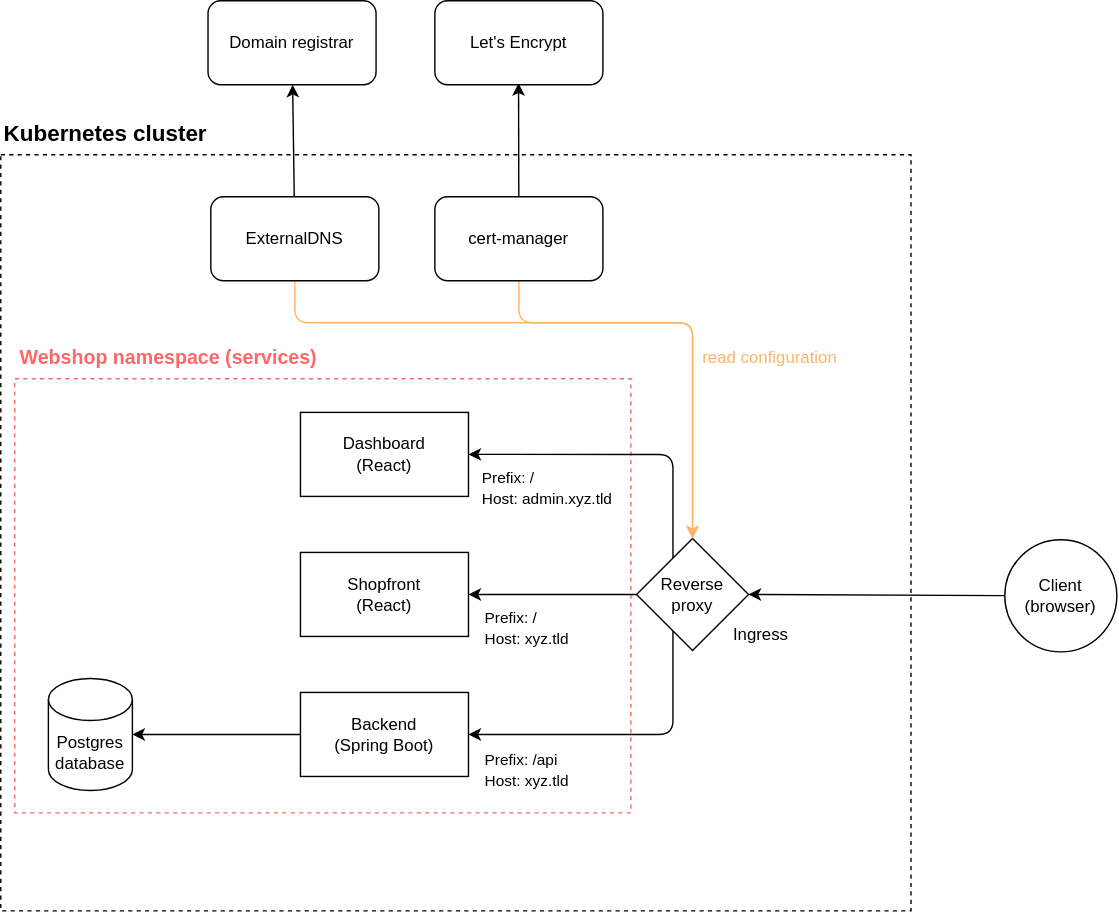
Before: docs/diagrams/architecture.drawio.svg, a diagram exported from draw.io (thedatasnok/webshop). Source tidied: cells renumbered, new cells last; positions are measured from the earlier drawing's top-left corner, leaving out a move shared by most shapes. Source of this version:
```xml
<mxGraphModel>
  <root>
    <mxCell id="0" />
    <mxCell id="1" parent="0" />
    <mxCell id="2" style="rounded=0;whiteSpace=wrap;html=1;fillColor=none;dashed=1;" parent="1" vertex="1">
      <mxGeometry y="110" width="650" height="540" as="geometry" />
    </mxCell>
    <mxCell id="3" style="rounded=0;whiteSpace=wrap;html=1;fillColor=none;dashed=1;strokeColor=#FF6666;" parent="1" vertex="1">
      <mxGeometry x="10" y="270" width="440" height="310" as="geometry" />
    </mxCell>
    <mxCell id="4" style="edgeStyle=none;html=1;entryX=1;entryY=0.5;entryDx=0;entryDy=0;entryPerimeter=0;" parent="1" edge="1" source="5" target="14">
      <mxGeometry relative="1" as="geometry" />
    </mxCell>
    <mxCell id="5" value="Backend&lt;br&gt;(Spring Boot)" style="rounded=0;whiteSpace=wrap;html=1;" parent="1" vertex="1">
      <mxGeometry x="214" y="494" width="120" height="60" as="geometry" />
    </mxCell>
    <mxCell id="6" style="edgeStyle=none;html=1;entryX=1;entryY=0.5;entryDx=0;entryDy=0;" parent="1" edge="1" source="7" target="11">
      <mxGeometry relative="1" as="geometry" />
    </mxCell>
    <mxCell id="7" value="Client&lt;br&gt;(browser)" style="ellipse;whiteSpace=wrap;html=1;" parent="1" vertex="1">
      <mxGeometry x="717" y="385" width="80" height="80" as="geometry" />
    </mxCell>
    <mxCell id="8" style="edgeStyle=orthogonalEdgeStyle;html=1;entryX=1;entryY=0.5;entryDx=0;entryDy=0;" parent="1" edge="1" source="11" target="5">
      <mxGeometry relative="1" as="geometry">
        <Array as="points">
          <mxPoint x="480" y="524" />
        </Array>
      </mxGeometry>
    </mxCell>
    <mxCell id="9" style="edgeStyle=none;html=1;entryX=1;entryY=0.5;entryDx=0;entryDy=0;" parent="1" edge="1" source="11" target="13">
      <mxGeometry relative="1" as="geometry" />
    </mxCell>
    <mxCell id="10" style="edgeStyle=orthogonalEdgeStyle;html=1;entryX=1;entryY=0.5;entryDx=0;entryDy=0;" parent="1" edge="1" source="11" target="12">
      <mxGeometry relative="1" as="geometry">
        <Array as="points">
          <mxPoint x="480" y="324" />
        </Array>
      </mxGeometry>
    </mxCell>
    <mxCell id="11" value="Reverse&lt;br&gt;proxy" style="rhombus;whiteSpace=wrap;html=1;" parent="1" vertex="1">
      <mxGeometry x="454" y="384" width="80" height="80" as="geometry" />
    </mxCell>
    <mxCell id="12" value="Dashboard&lt;br&gt;(React)" style="rounded=0;whiteSpace=wrap;html=1;" parent="1" vertex="1">
      <mxGeometry x="214" y="294" width="120" height="60" as="geometry" />
    </mxCell>
    <mxCell id="13" value="Shopfront&lt;br&gt;(React)" style="rounded=0;whiteSpace=wrap;html=1;" parent="1" vertex="1">
      <mxGeometry x="214" y="394" width="120" height="60" as="geometry" />
    </mxCell>
    <mxCell id="14" value="Postgres&lt;br&gt;database" style="shape=cylinder3;whiteSpace=wrap;html=1;boundedLbl=1;backgroundOutline=1;size=15;" parent="1" vertex="1">
      <mxGeometry x="34" y="484" width="60" height="80" as="geometry" />
    </mxCell>
    <mxCell id="15" value="&lt;font style=&quot;font-size: 11px;&quot;&gt;Prefix: /api&lt;br&gt;Host: xyz.tld&lt;/font&gt;" style="text;html=1;strokeColor=none;fillColor=none;align=left;verticalAlign=middle;whiteSpace=wrap;rounded=0;" parent="1" vertex="1">
      <mxGeometry x="344" y="534" width="70" height="30" as="geometry" />
    </mxCell>
    <mxCell id="16" value="&lt;font style=&quot;font-size: 11px;&quot;&gt;Prefix: /&lt;br&gt;Host: xyz.tld&lt;/font&gt;" style="text;html=1;strokeColor=none;fillColor=none;align=left;verticalAlign=middle;whiteSpace=wrap;rounded=0;" parent="1" vertex="1">
      <mxGeometry x="344" y="433" width="70" height="30" as="geometry" />
    </mxCell>
    <mxCell id="17" value="&lt;font style=&quot;font-size: 11px;&quot;&gt;Prefix: /&lt;br&gt;Host: admin.xyz.tld&lt;/font&gt;" style="text;html=1;strokeColor=none;fillColor=none;align=left;verticalAlign=middle;whiteSpace=wrap;rounded=0;" parent="1" vertex="1">
      <mxGeometry x="342" y="333" width="108" height="30" as="geometry" />
    </mxCell>
    <mxCell id="18" value="Ingress" style="text;html=1;strokeColor=none;fillColor=none;align=center;verticalAlign=middle;whiteSpace=wrap;rounded=0;" parent="1" vertex="1">
      <mxGeometry x="520" y="443" width="45.5" height="20" as="geometry" />
    </mxCell>
    <mxCell id="19" style="edgeStyle=orthogonalEdgeStyle;html=1;entryX=0.5;entryY=0;entryDx=0;entryDy=0;exitX=0.5;exitY=1;exitDx=0;exitDy=0;strokeColor=#FFB366;" parent="1" edge="1" source="21" target="11">
      <mxGeometry relative="1" as="geometry">
        <Array as="points">
          <mxPoint x="210" y="230" />
          <mxPoint x="494" y="230" />
        </Array>
      </mxGeometry>
    </mxCell>
    <mxCell id="20" style="edgeStyle=none;html=1;" parent="1" edge="1" source="21" target="25">
      <mxGeometry relative="1" as="geometry" />
    </mxCell>
    <mxCell id="21" value="ExternalDNS" style="rounded=1;whiteSpace=wrap;html=1;" parent="1" vertex="1">
      <mxGeometry x="150" y="140" width="120" height="60" as="geometry" />
    </mxCell>
    <mxCell id="22" style="edgeStyle=orthogonalEdgeStyle;html=1;entryX=0.5;entryY=0;entryDx=0;entryDy=0;exitX=0.5;exitY=1;exitDx=0;exitDy=0;strokeColor=#FFB366;" parent="1" edge="1" source="24" target="11">
      <mxGeometry relative="1" as="geometry">
        <Array as="points">
          <mxPoint x="370" y="230" />
          <mxPoint x="494" y="230" />
        </Array>
      </mxGeometry>
    </mxCell>
    <mxCell id="23" style="edgeStyle=none;html=1;entryX=0.498;entryY=0.981;entryDx=0;entryDy=0;entryPerimeter=0;" parent="1" edge="1" source="24" target="26">
      <mxGeometry relative="1" as="geometry" />
    </mxCell>
    <mxCell id="24" value="cert-manager" style="rounded=1;whiteSpace=wrap;html=1;" parent="1" vertex="1">
      <mxGeometry x="310" y="140" width="120" height="60" as="geometry" />
    </mxCell>
    <mxCell id="25" value="Domain registrar" style="rounded=1;whiteSpace=wrap;html=1;" parent="1" vertex="1">
      <mxGeometry x="148" width="120" height="60" as="geometry" />
    </mxCell>
    <mxCell id="26" value="Let's Encrypt" style="rounded=1;whiteSpace=wrap;html=1;" parent="1" vertex="1">
      <mxGeometry x="310" width="120" height="60" as="geometry" />
    </mxCell>
    <mxCell id="27" value="&lt;font color=&quot;#ffb366&quot;&gt;read configuration&lt;/font&gt;" style="text;html=1;strokeColor=none;fillColor=none;align=center;verticalAlign=middle;whiteSpace=wrap;rounded=0;" parent="1" vertex="1">
      <mxGeometry x="500" y="240" width="99" height="30" as="geometry" />
    </mxCell>
    <mxCell id="28" value="&lt;b&gt;&lt;font style=&quot;font-size: 16px;&quot;&gt;Kubernetes cluster&lt;/font&gt;&lt;/b&gt;" style="text;html=1;strokeColor=none;fillColor=none;align=center;verticalAlign=middle;whiteSpace=wrap;rounded=0;dashed=1;" parent="1" vertex="1">
      <mxGeometry y="80" width="150" height="30" as="geometry" />
    </mxCell>
    <mxCell id="29" value="&lt;b&gt;&lt;font color=&quot;#ff6666&quot; style=&quot;font-size: 14px;&quot;&gt;Webshop namespace (services)&lt;/font&gt;&lt;/b&gt;" style="text;html=1;strokeColor=none;fillColor=none;align=center;verticalAlign=middle;whiteSpace=wrap;rounded=0;dashed=1;" parent="1" vertex="1">
      <mxGeometry x="10" y="240" width="220" height="30" as="geometry" />
    </mxCell>
  </root>
</mxGraphModel>
```
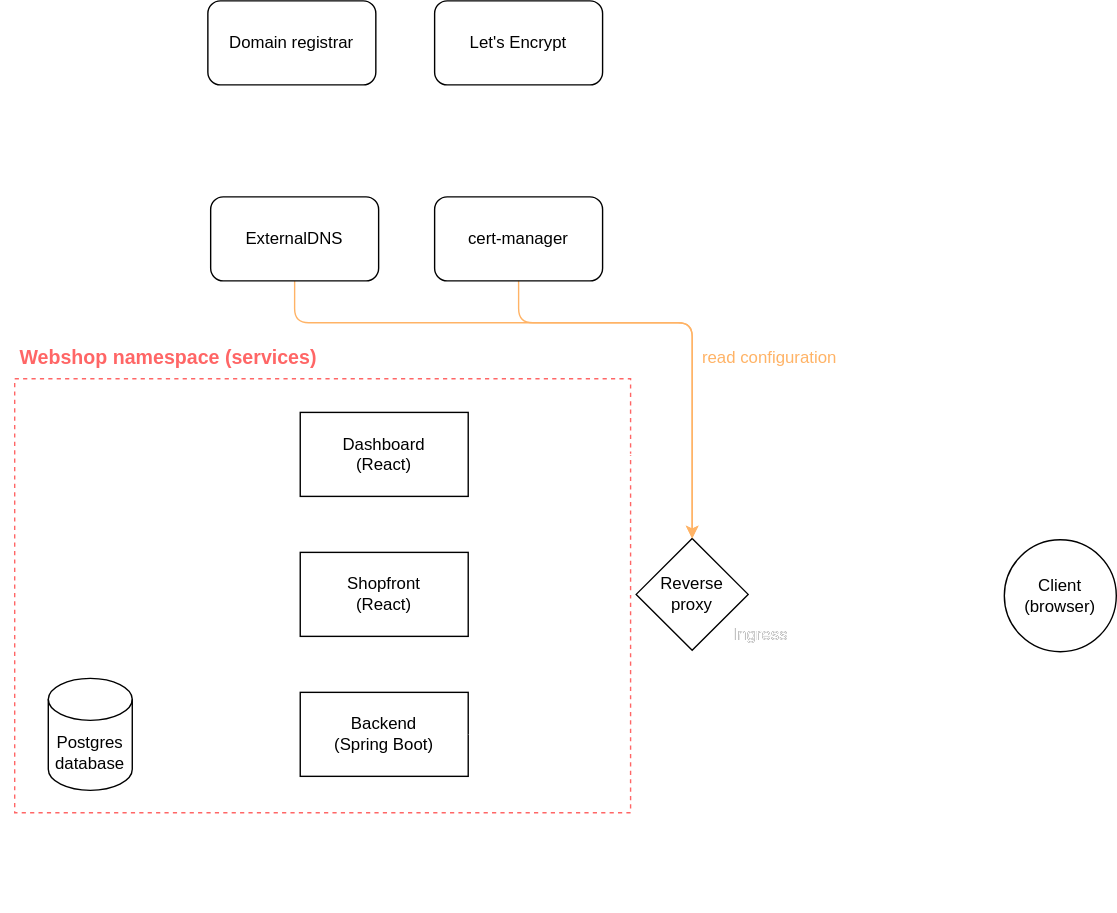
The same file after the commit.

Commit message:
docs: #11 set white color for lines and text

to make everything more visible in the README

What changed in the source:
```diff
@@ -2,35 +2,35 @@
   <root>
     <mxCell id="0" />
     <mxCell id="1" parent="0" />
-    <mxCell id="2" style="rounded=0;whiteSpace=wrap;html=1;fillColor=none;dashed=1;" parent="1" vertex="1">
+    <mxCell id="2" style="rounded=0;whiteSpace=wrap;html=1;fillColor=none;dashed=1;fontColor=#FFFFFF;strokeColor=#FFFFFF;" parent="1" vertex="1">
       <mxGeometry y="110" width="650" height="540" as="geometry" />
     </mxCell>
     <mxCell id="3" style="rounded=0;whiteSpace=wrap;html=1;fillColor=none;dashed=1;strokeColor=#FF6666;" parent="1" vertex="1">
       <mxGeometry x="10" y="270" width="440" height="310" as="geometry" />
     </mxCell>
-    <mxCell id="4" style="edgeStyle=none;html=1;entryX=1;entryY=0.5;entryDx=0;entryDy=0;entryPerimeter=0;" parent="1" edge="1" source="5" target="14">
+    <mxCell id="4" style="edgeStyle=none;html=1;entryX=1;entryY=0.5;entryDx=0;entryDy=0;entryPerimeter=0;fontColor=#FFFFFF;strokeColor=#FFFFFF;" parent="1" edge="1" source="5" target="14">
       <mxGeometry relative="1" as="geometry" />
     </mxCell>
     <mxCell id="5" value="Backend&lt;br&gt;(Spring Boot)" style="rounded=0;whiteSpace=wrap;html=1;" parent="1" vertex="1">
       <mxGeometry x="214" y="494" width="120" height="60" as="geometry" />
     </mxCell>
-    <mxCell id="6" style="edgeStyle=none;html=1;entryX=1;entryY=0.5;entryDx=0;entryDy=0;" parent="1" edge="1" source="7" target="11">
+    <mxCell id="6" style="edgeStyle=none;html=1;entryX=1;entryY=0.5;entryDx=0;entryDy=0;fontColor=#FFFFFF;strokeColor=#FFFFFF;" parent="1" edge="1" source="7" target="11">
       <mxGeometry relative="1" as="geometry" />
     </mxCell>
     <mxCell id="7" value="Client&lt;br&gt;(browser)" style="ellipse;whiteSpace=wrap;html=1;" parent="1" vertex="1">
       <mxGeometry x="717" y="385" width="80" height="80" as="geometry" />
     </mxCell>
-    <mxCell id="8" style="edgeStyle=orthogonalEdgeStyle;html=1;entryX=1;entryY=0.5;entryDx=0;entryDy=0;" parent="1" edge="1" source="11" target="5">
+    <mxCell id="8" style="edgeStyle=orthogonalEdgeStyle;html=1;entryX=1;entryY=0.5;entryDx=0;entryDy=0;fontColor=#FFFFFF;strokeColor=#FFFFFF;" parent="1" edge="1" source="11" target="5">
       <mxGeometry relative="1" as="geometry">
         <Array as="points">
           <mxPoint x="480" y="524" />
         </Array>
       </mxGeometry>
     </mxCell>
-    <mxCell id="9" style="edgeStyle=none;html=1;entryX=1;entryY=0.5;entryDx=0;entryDy=0;" parent="1" edge="1" source="11" target="13">
+    <mxCell id="9" style="edgeStyle=none;html=1;entryX=1;entryY=0.5;entryDx=0;entryDy=0;fontColor=#FFFFFF;strokeColor=#FFFFFF;" parent="1" edge="1" source="11" target="13">
       <mxGeometry relative="1" as="geometry" />
     </mxCell>
-    <mxCell id="10" style="edgeStyle=orthogonalEdgeStyle;html=1;entryX=1;entryY=0.5;entryDx=0;entryDy=0;" parent="1" edge="1" source="11" target="12">
+    <mxCell id="10" style="edgeStyle=orthogonalEdgeStyle;html=1;entryX=1;entryY=0.5;entryDx=0;entryDy=0;fontColor=#FFFFFF;strokeColor=#FFFFFF;" parent="1" edge="1" source="11" target="12">
       <mxGeometry relative="1" as="geometry">
         <Array as="points">
           <mxPoint x="480" y="324" />
@@ -49,13 +49,13 @@
     <mxCell id="14" value="Postgres&lt;br&gt;database" style="shape=cylinder3;whiteSpace=wrap;html=1;boundedLbl=1;backgroundOutline=1;size=15;" parent="1" vertex="1">
       <mxGeometry x="34" y="484" width="60" height="80" as="geometry" />
     </mxCell>
-    <mxCell id="15" value="&lt;font style=&quot;font-size: 11px;&quot;&gt;Prefix: /api&lt;br&gt;Host: xyz.tld&lt;/font&gt;" style="text;html=1;strokeColor=none;fillColor=none;align=left;verticalAlign=middle;whiteSpace=wrap;rounded=0;" parent="1" vertex="1">
+    <mxCell id="15" value="&lt;font style=&quot;font-size: 11px;&quot;&gt;Prefix: /api&lt;br&gt;Host: xyz.tld&lt;/font&gt;" style="text;html=1;strokeColor=none;fillColor=none;align=left;verticalAlign=middle;whiteSpace=wrap;rounded=0;fontColor=#FFFFFF;" parent="1" vertex="1">
       <mxGeometry x="344" y="534" width="70" height="30" as="geometry" />
     </mxCell>
-    <mxCell id="16" value="&lt;font style=&quot;font-size: 11px;&quot;&gt;Prefix: /&lt;br&gt;Host: xyz.tld&lt;/font&gt;" style="text;html=1;strokeColor=none;fillColor=none;align=left;verticalAlign=middle;whiteSpace=wrap;rounded=0;" parent="1" vertex="1">
+    <mxCell id="16" value="&lt;font style=&quot;font-size: 11px;&quot;&gt;Prefix: /&lt;br&gt;Host: xyz.tld&lt;/font&gt;" style="text;html=1;strokeColor=none;fillColor=none;align=left;verticalAlign=middle;whiteSpace=wrap;rounded=0;fontColor=#FFFFFF;" parent="1" vertex="1">
       <mxGeometry x="344" y="433" width="70" height="30" as="geometry" />
     </mxCell>
-    <mxCell id="17" value="&lt;font style=&quot;font-size: 11px;&quot;&gt;Prefix: /&lt;br&gt;Host: admin.xyz.tld&lt;/font&gt;" style="text;html=1;strokeColor=none;fillColor=none;align=left;verticalAlign=middle;whiteSpace=wrap;rounded=0;" parent="1" vertex="1">
+    <mxCell id="17" value="&lt;font style=&quot;font-size: 11px;&quot;&gt;Prefix: /&lt;br&gt;Host: admin.xyz.tld&lt;/font&gt;" style="text;html=1;strokeColor=none;fillColor=none;align=left;verticalAlign=middle;whiteSpace=wrap;rounded=0;fontColor=#FFFFFF;" parent="1" vertex="1">
       <mxGeometry x="342" y="333" width="108" height="30" as="geometry" />
     </mxCell>
     <mxCell id="18" value="Ingress" style="text;html=1;strokeColor=none;fillColor=none;align=center;verticalAlign=middle;whiteSpace=wrap;rounded=0;" parent="1" vertex="1">
@@ -69,7 +69,7 @@
         </Array>
       </mxGeometry>
     </mxCell>
-    <mxCell id="20" style="edgeStyle=none;html=1;" parent="1" edge="1" source="21" target="25">
+    <mxCell id="20" style="edgeStyle=none;html=1;fontColor=#FFFFFF;strokeColor=#FFFFFF;" parent="1" edge="1" source="21" target="25">
       <mxGeometry relative="1" as="geometry" />
     </mxCell>
     <mxCell id="21" value="ExternalDNS" style="rounded=1;whiteSpace=wrap;html=1;" parent="1" vertex="1">
@@ -83,7 +83,7 @@
         </Array>
       </mxGeometry>
     </mxCell>
-    <mxCell id="23" style="edgeStyle=none;html=1;entryX=0.498;entryY=0.981;entryDx=0;entryDy=0;entryPerimeter=0;" parent="1" edge="1" source="24" target="26">
+    <mxCell id="23" style="edgeStyle=none;html=1;entryX=0.498;entryY=0.981;entryDx=0;entryDy=0;entryPerimeter=0;fontColor=#FFFFFF;strokeColor=#FFFFFF;" parent="1" edge="1" source="24" target="26">
       <mxGeometry relative="1" as="geometry" />
     </mxCell>
     <mxCell id="24" value="cert-manager" style="rounded=1;whiteSpace=wrap;html=1;" parent="1" vertex="1">
@@ -98,11 +98,14 @@
     <mxCell id="27" value="&lt;font color=&quot;#ffb366&quot;&gt;read configuration&lt;/font&gt;" style="text;html=1;strokeColor=none;fillColor=none;align=center;verticalAlign=middle;whiteSpace=wrap;rounded=0;" parent="1" vertex="1">
       <mxGeometry x="500" y="240" width="99" height="30" as="geometry" />
     </mxCell>
-    <mxCell id="28" value="&lt;b&gt;&lt;font style=&quot;font-size: 16px;&quot;&gt;Kubernetes cluster&lt;/font&gt;&lt;/b&gt;" style="text;html=1;strokeColor=none;fillColor=none;align=center;verticalAlign=middle;whiteSpace=wrap;rounded=0;dashed=1;" parent="1" vertex="1">
+    <mxCell id="28" value="&lt;b&gt;&lt;font style=&quot;font-size: 16px;&quot;&gt;Kubernetes cluster&lt;/font&gt;&lt;/b&gt;" style="text;html=1;strokeColor=none;fillColor=none;align=center;verticalAlign=middle;whiteSpace=wrap;rounded=0;dashed=1;fontColor=#FFFFFF;" parent="1" vertex="1">
       <mxGeometry y="80" width="150" height="30" as="geometry" />
     </mxCell>
     <mxCell id="29" value="&lt;b&gt;&lt;font color=&quot;#ff6666&quot; style=&quot;font-size: 14px;&quot;&gt;Webshop namespace (services)&lt;/font&gt;&lt;/b&gt;" style="text;html=1;strokeColor=none;fillColor=none;align=center;verticalAlign=middle;whiteSpace=wrap;rounded=0;dashed=1;" parent="1" vertex="1">
       <mxGeometry x="10" y="240" width="220" height="30" as="geometry" />
     </mxCell>
+    <mxCell id="30" value="Ingress" style="text;html=1;strokeColor=none;fillColor=none;align=center;verticalAlign=middle;whiteSpace=wrap;rounded=0;fontColor=#FFFFFF;" parent="1" vertex="1">
+      <mxGeometry x="520" y="443" width="45.5" height="20" as="geometry" />
+    </mxCell>
   </root>
 </mxGraphModel>
```
